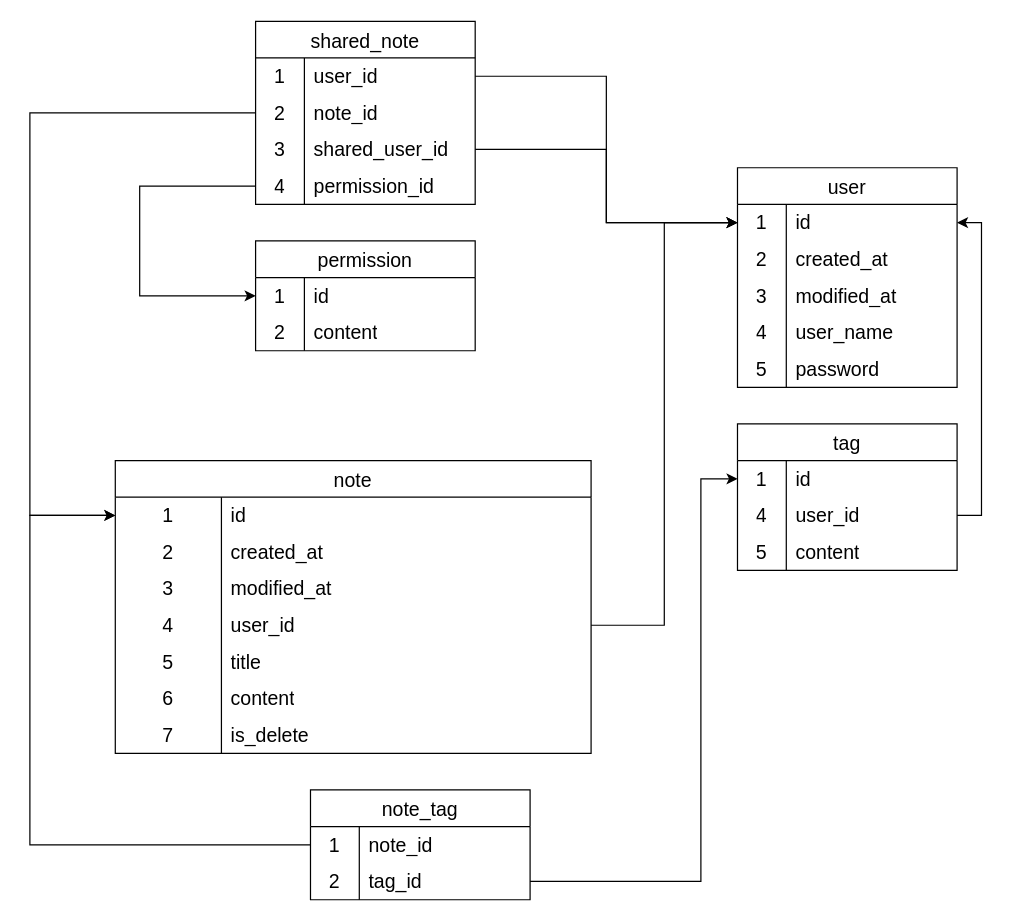
Above: Biểu đồ không có tiêu đề.drawio in minh91a1/dbdiagram (draw.io), before the change. Source tidied: cells renumbered, new cells numbered last; positions are measured from the earlier drawing's top-left corner, leaving out a move shared by most shapes. Both pictures are drawn from the tidied source at 122%, with x=0, y=0 at pixel (29, 21).
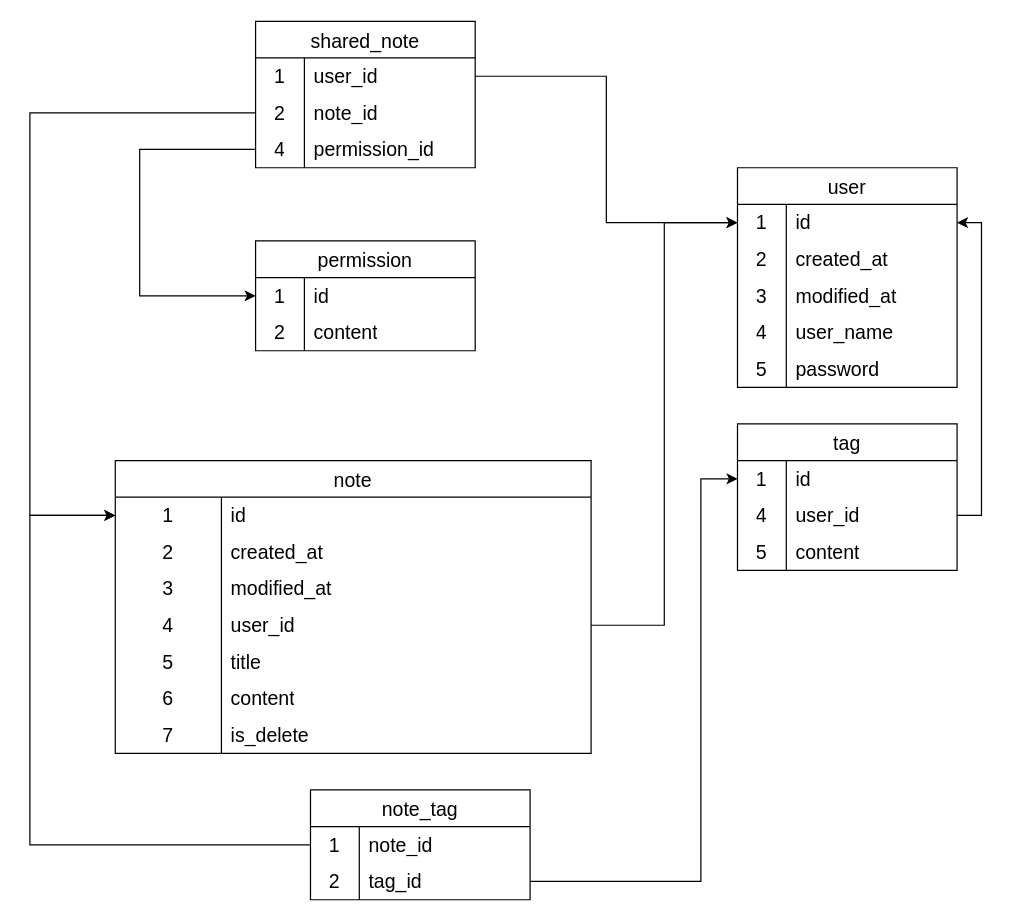
The same page after the edit.

Commit message (it also covers changes not shown here):
Cập nhật Biểu đồ không có tiêu đề.drawio

The change refers to these unchanged cells:
```xml
<mxCell id="25" style="shape=tableRow;horizontal=0;startSize=0;swimlaneHead=0;swimlaneBody=0;top=0;left=0;bottom=0;right=0;fillColor=none;points=[[0,0.5],[1,0.5]];portConstraint=eastwest;strokeColor=inherit;fontSize=16;" parent="24" vertex="1">
  <mxGeometry y="30" width="180" height="30" as="geometry" />
</mxCell>
<mxCell id="66" style="shape=tableRow;horizontal=0;startSize=0;swimlaneHead=0;swimlaneBody=0;top=0;left=0;bottom=0;right=0;fillColor=none;points=[[0,0.5],[1,0.5]];portConstraint=eastwest;strokeColor=inherit;fontSize=16;" parent="65" vertex="1">
  <mxGeometry y="30" width="180" height="30" as="geometry" />
</mxCell>
```

Change to the diagram source:
```diff
@@
     <mxCell id="50" value="shared_note" style="shape=table;startSize=30;childLayout=tableLayout;rowLines=0;fontStyle=0;strokeColor=default;fontSize=16;" parent="1" vertex="1">
-      <mxGeometry x="185" width="180" height="150" as="geometry" />
+      <mxGeometry x="185" width="180" height="120" as="geometry" />
     </mxCell>
@@
-    <mxCell id="57" style="shape=tableRow;horizontal=0;startSize=0;swimlaneHead=0;swimlaneBody=0;top=0;left=0;bottom=0;right=0;fillColor=none;points=[[0,0.5],[1,0.5]];portConstraint=eastwest;strokeColor=inherit;fontSize=16;" parent="50" vertex="1">
-      <mxGeometry y="90" width="180" height="30" as="geometry" />
-    </mxCell>
-    <mxCell id="58" value="3" style="shape=partialRectangle;html=1;whiteSpace=wrap;fillColor=none;top=0;left=0;bottom=0;right=0;overflow=hidden;strokeColor=inherit;fontSize=16;" parent="57" vertex="1">
-      <mxGeometry width="40" height="30" as="geometry" />
-    </mxCell>
-    <mxCell id="59" value="shared_user_id" style="shape=partialRectangle;html=1;whiteSpace=wrap;fillColor=none;top=0;left=0;bottom=0;right=0;align=left;spacingLeft=6;overflow=hidden;strokeColor=inherit;fontSize=16;" parent="57" vertex="1">
-      <mxGeometry x="40" width="140" height="30" as="geometry" />
-    </mxCell>
     <mxCell id="60" style="shape=tableRow;horizontal=0;startSize=0;swimlaneHead=0;swimlaneBody=0;top=0;left=0;bottom=0;right=0;fillColor=none;points=[[0,0.5],[1,0.5]];portConstraint=eastwest;strokeColor=inherit;fontSize=16;" parent="50" vertex="1">
-      <mxGeometry y="120" width="180" height="30" as="geometry" />
+      <mxGeometry y="90" width="180" height="30" as="geometry" />
     </mxCell>
@@
-    <mxCell id="64" style="edgeStyle=orthogonalEdgeStyle;rounded=0;jettySize=auto;html=1;exitX=1;exitY=0.5;exitDx=0;exitDy=0;" parent="1" edge="1" source="57" target="25">
-      <mxGeometry relative="1" as="geometry" />
-    </mxCell>
@@
-    <mxCell id="72" style="edgeStyle=orthogonalEdgeStyle;rounded=0;jettySize=auto;html=1;exitX=0;exitY=0.5;exitDx=0;exitDy=0;entryX=0;entryY=0.5;entryDx=0;entryDy=0;" parent="1" edge="1" source="60" target="66">
-      <mxGeometry relative="1" as="geometry">
-        <Array as="points">
-          <mxPoint x="90" y="135" />
-          <mxPoint x="90" y="225" />
-        </Array>
-      </mxGeometry>
-    </mxCell>
@@
+    <mxCell id="72" style="edgeStyle=orthogonalEdgeStyle;rounded=0;jettySize=auto;html=1;exitX=0;exitY=0.5;exitDx=0;exitDy=0;entryX=0;entryY=0.5;entryDx=0;entryDy=0;" parent="1" edge="1" source="60" target="66">
+      <mxGeometry relative="1" as="geometry">
+        <Array as="points">
+          <mxPoint x="90" y="105" />
+          <mxPoint x="90" y="225" />
+        </Array>
+      </mxGeometry>
+    </mxCell>
```
